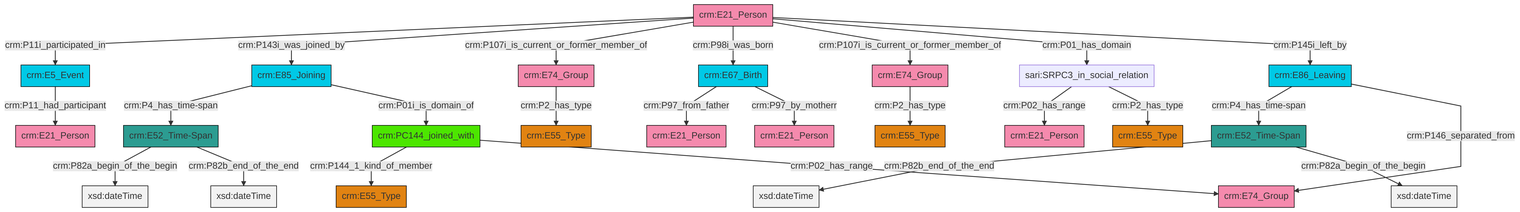
Above: et/personCSV/ttl/mmd/png/Person_Actor_Relations.png in swiss-art-research-net/docs.swissartresearch (Mermaid), before the change. Its source is kept beside it as et/personCSV/ttl/mmd/Person_Actor_Relations.ttl.mmd.
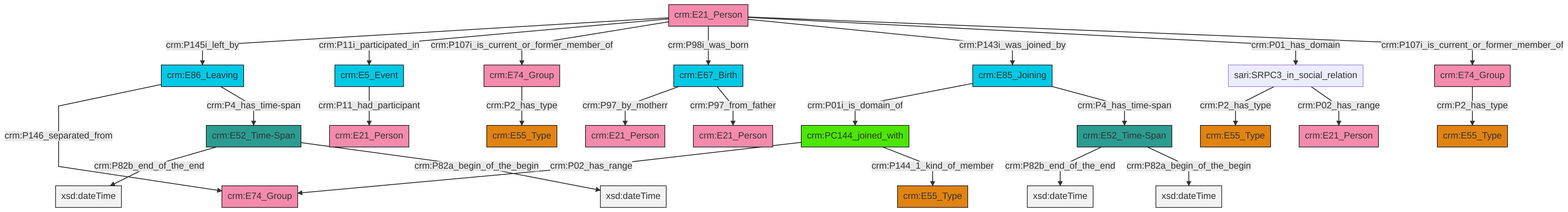
Later version of the same file.

What changed in the source:
```diff
@@ -13,27 +13,27 @@
 classDef PC_Classes fill:#4ce600, stroke:#000000;
 classDef Multi fill:#cccccc,stroke:#000000;
 
-0["crm:E86_Leaving"]:::Temporal_Entity -->|crm:P4_has_time-span| 1["crm:E52_Time-Span"]:::Time-Span
-4["crm:E21_Person"]:::Actor -->|crm:P11i_participated_in| 5["crm:E5_Event"]:::Temporal_Entity
-0["crm:E86_Leaving"]:::Temporal_Entity -->|crm:P146_separated_from| 14["crm:E74_Group"]:::Actor
-15["crm:E74_Group"]:::Actor -->|crm:P2_has_type| 16["crm:E55_Type"]:::Type
-4["crm:E21_Person"]:::Actor -->|crm:P143i_was_joined_by| 12["crm:E85_Joining"]:::Temporal_Entity
-12["crm:E85_Joining"]:::Temporal_Entity -->|crm:P4_has_time-span| 19["crm:E52_Time-Span"]:::Time-Span
-20["sari:SRPC3_in_social_relation"]:::Default -->|crm:P02_has_range| 21["crm:E21_Person"]:::Actor
+0["sari:SRPC3_in_social_relation"]:::Default -->|crm:P2_has_type| 1["crm:E55_Type"]:::Type
+4["crm:E74_Group"]:::Actor -->|crm:P2_has_type| 2["crm:E55_Type"]:::Type
+0["sari:SRPC3_in_social_relation"]:::Default -->|crm:P02_has_range| 5["crm:E21_Person"]:::Actor
+14["crm:E21_Person"]:::Actor -->|crm:P145i_left_by| 15["crm:E86_Leaving"]:::Temporal_Entity
+15["crm:E86_Leaving"]:::Temporal_Entity -->|crm:P146_separated_from| 16["crm:E74_Group"]:::Actor
+19["crm:E74_Group"]:::Actor -->|crm:P2_has_type| 8["crm:E55_Type"]:::Type
+22["crm:E67_Birth"]:::Temporal_Entity -->|crm:P97_by_motherr| 12["crm:E21_Person"]:::Actor
+14["crm:E21_Person"]:::Actor -->|crm:P11i_participated_in| 24["crm:E5_Event"]:::Temporal_Entity
+15["crm:E86_Leaving"]:::Temporal_Entity -->|crm:P4_has_time-span| 29["crm:E52_Time-Span"]:::Time-Span
 22["crm:E67_Birth"]:::Temporal_Entity -->|crm:P97_from_father| 6["crm:E21_Person"]:::Actor
-5["crm:E5_Event"]:::Temporal_Entity -->|crm:P11_had_participant| 23["crm:E21_Person"]:::Actor
-1["crm:E52_Time-Span"]:::Time-Span -->|crm:P82b_end_of_the_end| 26[xsd:dateTime]:::Literal
-27["crm:E74_Group"]:::Actor -->|crm:P2_has_type| 10["crm:E55_Type"]:::Type
-20["sari:SRPC3_in_social_relation"]:::Default -->|crm:P2_has_type| 2["crm:E55_Type"]:::Type
-4["crm:E21_Person"]:::Actor -->|crm:P107i_is_current_or_former_member_of| 27["crm:E74_Group"]:::Actor
-4["crm:E21_Person"]:::Actor -->|crm:P98i_was_born| 22["crm:E67_Birth"]:::Temporal_Entity
-1["crm:E52_Time-Span"]:::Time-Span -->|crm:P82a_begin_of_the_begin| 32[xsd:dateTime]:::Literal
-12["crm:E85_Joining"]:::Temporal_Entity -->|crm:P01i_is_domain_of| 30["crm:PC144_joined_with"]:::PC_Classes
-30["crm:PC144_joined_with"]:::PC_Classes -->|crm:P144_1_kind_of_member| 28["crm:E55_Type"]:::Type
-4["crm:E21_Person"]:::Actor -->|crm:P107i_is_current_or_former_member_of| 15["crm:E74_Group"]:::Actor
-4["crm:E21_Person"]:::Actor -->|crm:P01_has_domain| 20["sari:SRPC3_in_social_relation"]:::Default
-19["crm:E52_Time-Span"]:::Time-Span -->|crm:P82a_begin_of_the_begin| 41[xsd:dateTime]:::Literal
-22["crm:E67_Birth"]:::Temporal_Entity -->|crm:P97_by_motherr| 8["crm:E21_Person"]:::Actor
-30["crm:PC144_joined_with"]:::PC_Classes -->|crm:P02_has_range| 14["crm:E74_Group"]:::Actor
-4["crm:E21_Person"]:::Actor -->|crm:P145i_left_by| 0["crm:E86_Leaving"]:::Temporal_Entity
-19["crm:E52_Time-Span"]:::Time-Span -->|crm:P82b_end_of_the_end| 45[xsd:dateTime]:::Literal
+30["crm:E52_Time-Span"]:::Time-Span -->|crm:P82b_end_of_the_end| 31[xsd:dateTime]:::Literal
+25["crm:PC144_joined_with"]:::PC_Classes -->|crm:P02_has_range| 16["crm:E74_Group"]:::Actor
+30["crm:E52_Time-Span"]:::Time-Span -->|crm:P82a_begin_of_the_begin| 34[xsd:dateTime]:::Literal
+10["crm:E85_Joining"]:::Temporal_Entity -->|crm:P01i_is_domain_of| 25["crm:PC144_joined_with"]:::PC_Classes
+25["crm:PC144_joined_with"]:::PC_Classes -->|crm:P144_1_kind_of_member| 20["crm:E55_Type"]:::Type
+14["crm:E21_Person"]:::Actor -->|crm:P107i_is_current_or_former_member_of| 4["crm:E74_Group"]:::Actor
+29["crm:E52_Time-Span"]:::Time-Span -->|crm:P82b_end_of_the_end| 38[xsd:dateTime]:::Literal
+24["crm:E5_Event"]:::Temporal_Entity -->|crm:P11_had_participant| 39["crm:E21_Person"]:::Actor
+14["crm:E21_Person"]:::Actor -->|crm:P98i_was_born| 22["crm:E67_Birth"]:::Temporal_Entity
+14["crm:E21_Person"]:::Actor -->|crm:P143i_was_joined_by| 10["crm:E85_Joining"]:::Temporal_Entity
+29["crm:E52_Time-Span"]:::Time-Span -->|crm:P82a_begin_of_the_begin| 45[xsd:dateTime]:::Literal
+14["crm:E21_Person"]:::Actor -->|crm:P01_has_domain| 0["sari:SRPC3_in_social_relation"]:::Default
+14["crm:E21_Person"]:::Actor -->|crm:P107i_is_current_or_former_member_of| 19["crm:E74_Group"]:::Actor
+10["crm:E85_Joining"]:::Temporal_Entity -->|crm:P4_has_time-span| 30["crm:E52_Time-Span"]:::Time-Span
```
